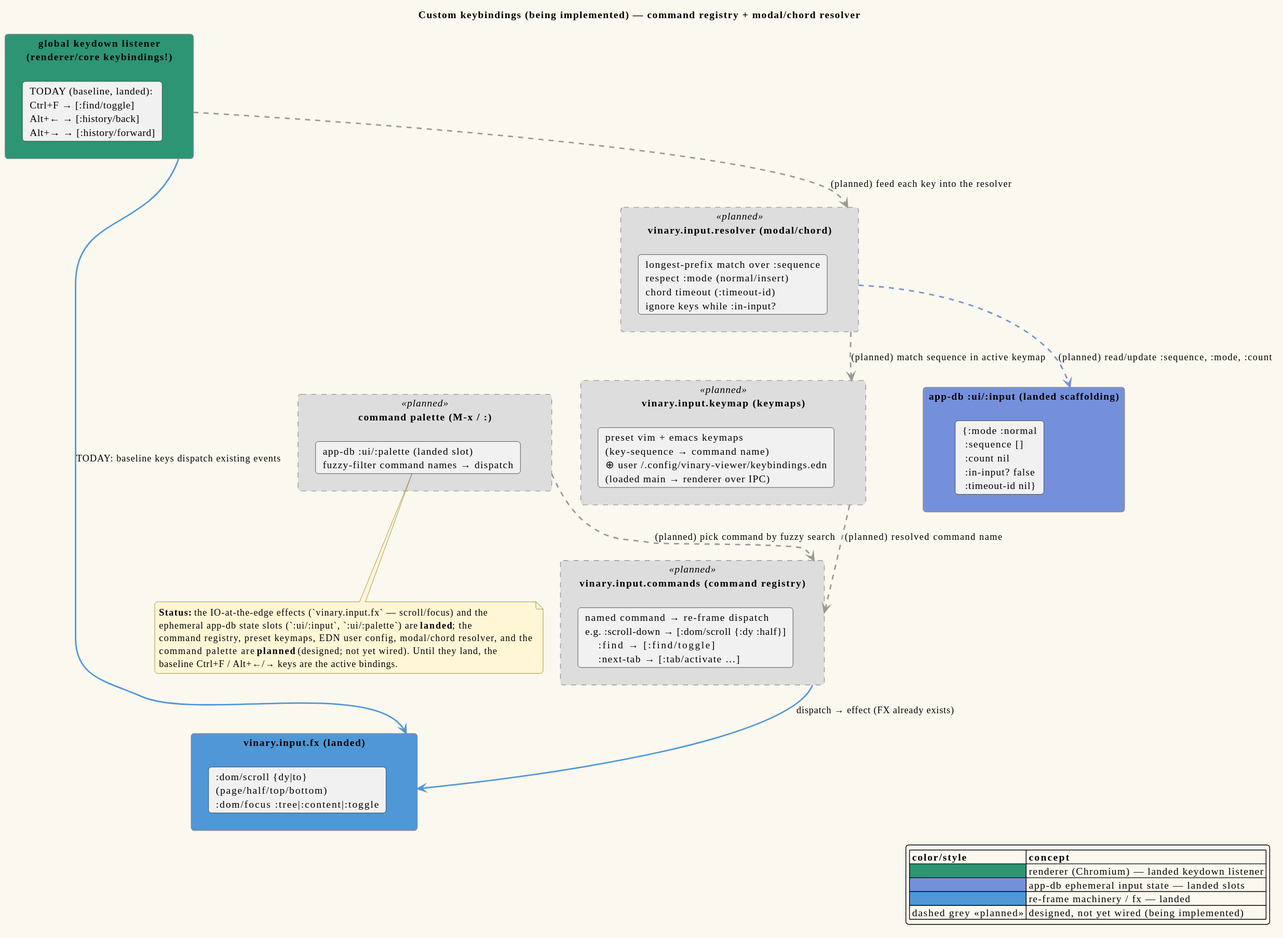
Before: docs/diagrams/component-keybindings-inprogress.svg, a diagram exported from PlantUML (vinary-tree/vinary-viewer). Its source is kept beside it as docs/diagrams/component-keybindings-inprogress.puml. Source of this version:
```plantuml
@startuml component-keybindings-inprogress
!include _vv-theme.iuml

title Custom keybindings (now available) — command registry + modal/chord resolver

rectangle "global keydown listener\n(renderer/core keybindings!)" as KD #2D9574 {
  card "TODAY (baseline, landed):\nCtrl+F → [:find/toggle]\nAlt+← → [:history/back]\nAlt+→ → [:history/forward]" as BASELINE
}

rectangle "app-db :ui/:input  (landed scaffolding)" as INPUT #7590DB {
  card "{:mode :normal\n :sequence []\n :count nil\n :in-input? false\n :timeout-id nil}" as INPUTSTATE
}

rectangle "vinary.input.fx  (landed)" as FX #4F97D7 {
  card ":dom/scroll {dy|to}\n(page/half/top/bottom)\n:dom/focus :tree|:content|:toggle" as FXBODY
}

rectangle "vinary.input.commands  (command registry)" as CMD <<planned>> {
  card "named command → re-frame dispatch\ne.g. :scroll-down → [:dom/scroll {:dy :half}]\n     :find        → [:find/toggle]\n     :next-tab    → [:tab/activate …]" as CMDBODY
}

rectangle "vinary.input.keymap  (keymaps)" as KM <<planned>> {
  card "preset vim + emacs keymaps\n(key-sequence → command name)\n⊕ user ~/.config/vinary-viewer/keybindings.edn\n(loaded main → renderer over IPC)" as KMBODY
}

rectangle "vinary.input.resolver  (modal/chord)" as RES <<planned>> {
  card "longest-prefix match over :sequence\nrespect :mode (normal/insert)\nchord timeout (:timeout-id)\nignore keys while :in-input?" as RESBODY
}

rectangle "command palette  (M-x / :)" as PAL <<planned>> {
  card "app-db :ui/:palette (landed slot)\nfuzzy-filter command names → dispatch" as PALBODY
}

KD  -[#999999,dashed,thickness=2]-> RES : (planned) feed each key into the resolver
RES -[#7590DB,dashed,thickness=2]-> INPUT : (planned) read/update :sequence, :mode, :count
RES -[#999999,dashed,thickness=2]-> KM  : (planned) match sequence in active keymap
KM  -[#999999,dashed,thickness=2]-> CMD : (planned) resolved command name
CMD -[#4F97D7,thickness=2]-> FX        : dispatch → effect (FX already exists)
PAL -[#999999,dashed,thickness=2]-> CMD : (planned) pick command by fuzzy search
KD  -[#4F97D7,thickness=2]-> FX         : TODAY: baseline keys dispatch existing events

note bottom
  **Status: Available now.** The full system is wired end-to-end: the IO-at-the-edge effects
  (`vinary.input.fx`), the ephemeral app-db state slots (`:ui/:input`, `:ui/:palette`), the command
  registry (`vinary.app.commands`), the preset keymaps (`resources/keymaps/*.edn` embedded at compile
  time), the EDN user config (`vinary.main.config` → `vv:keymap`), the modal/chord resolver
  (`vinary.input.resolver`), and the command palette (`vinary.ui.palette`). The `default` keymap keeps
  Ctrl+F / Alt+←/→ as the baseline; `:extends :vim`/`:emacs` swap in the modal/chord keymaps.
end note

legend right
  |= color/style |= concept |
  | <#2D9574> | renderer (Chromium) — keydown listener + palette |
  | <#7590DB> | app-db ephemeral input/palette state |
  | <#4F97D7> | re-frame machinery / fx |
  | <#A45BAD> | command registry + keymaps |
endlegend
@enduml
```
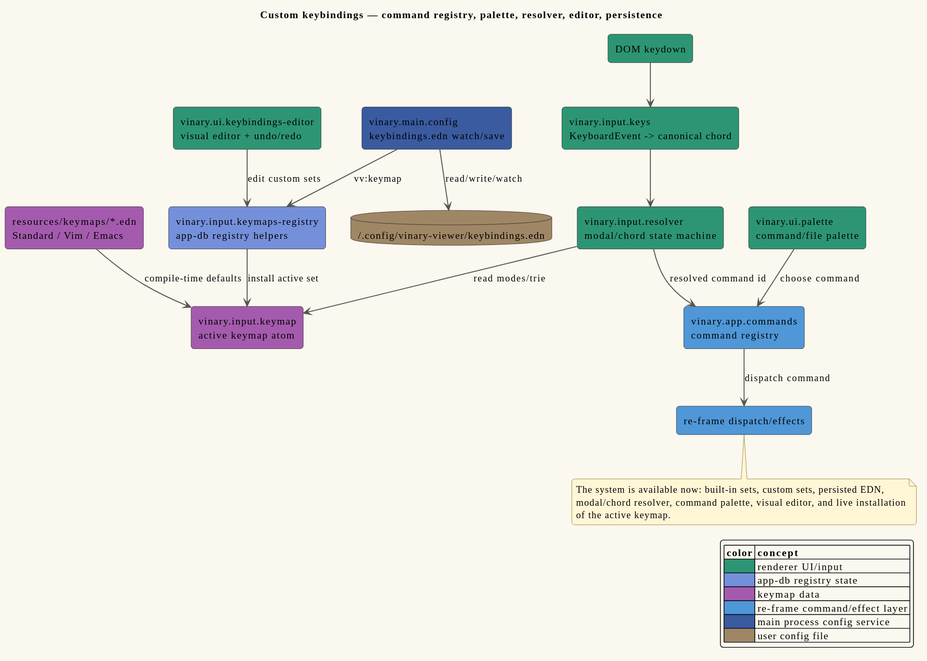
Above is the later version.

Change to the diagram source:
```diff
@@ -1,58 +1,46 @@
 @startuml component-keybindings-inprogress
 !include _vv-theme.iuml
 
-title Custom keybindings (now available) — command registry + modal/chord resolver
+title Custom keybindings — command registry, palette, resolver, editor, persistence
 
-rectangle "global keydown listener\n(renderer/core keybindings!)" as KD #2D9574 {
-  card "TODAY (baseline, landed):\nCtrl+F → [:find/toggle]\nAlt+← → [:history/back]\nAlt+→ → [:history/forward]" as BASELINE
-}
+rectangle "DOM keydown" as KD #2D9574
+rectangle "vinary.input.keys\nKeyboardEvent -> canonical chord" as KEYS #2D9574
+rectangle "vinary.input.resolver\nmodal/chord state machine" as RES #2D9574
+rectangle "vinary.input.keymap\nactive keymap atom" as KM #A45BAD
+rectangle "resources/keymaps/*.edn\nStandard / Vim / Emacs" as PRESETS #A45BAD
+rectangle "vinary.input.keymaps-registry\napp-db registry helpers" as REG #7590DB
+rectangle "vinary.app.commands\ncommand registry" as CMD #4F97D7
+rectangle "vinary.ui.palette\ncommand/file palette" as PAL #2D9574
+rectangle "vinary.ui.keybindings-editor\nvisual editor + undo/redo" as EDIT #2D9574
+rectangle "vinary.main.config\nkeybindings.edn watch/save" as CONFIG #3A5BA0
+database "~/.config/vinary-viewer/keybindings.edn" as EDN #9F8766
+rectangle "re-frame dispatch/effects" as RF #4F97D7
 
-rectangle "app-db :ui/:input  (landed scaffolding)" as INPUT #7590DB {
-  card "{:mode :normal\n :sequence []\n :count nil\n :in-input? false\n :timeout-id nil}" as INPUTSTATE
-}
-
-rectangle "vinary.input.fx  (landed)" as FX #4F97D7 {
-  card ":dom/scroll {dy|to}\n(page/half/top/bottom)\n:dom/focus :tree|:content|:toggle" as FXBODY
-}
-
-rectangle "vinary.input.commands  (command registry)" as CMD <<planned>> {
-  card "named command → re-frame dispatch\ne.g. :scroll-down → [:dom/scroll {:dy :half}]\n     :find        → [:find/toggle]\n     :next-tab    → [:tab/activate …]" as CMDBODY
-}
-
-rectangle "vinary.input.keymap  (keymaps)" as KM <<planned>> {
-  card "preset vim + emacs keymaps\n(key-sequence → command name)\n⊕ user ~/.config/vinary-viewer/keybindings.edn\n(loaded main → renderer over IPC)" as KMBODY
-}
-
-rectangle "vinary.input.resolver  (modal/chord)" as RES <<planned>> {
-  card "longest-prefix match over :sequence\nrespect :mode (normal/insert)\nchord timeout (:timeout-id)\nignore keys while :in-input?" as RESBODY
-}
-
-rectangle "command palette  (M-x / :)" as PAL <<planned>> {
-  card "app-db :ui/:palette (landed slot)\nfuzzy-filter command names → dispatch" as PALBODY
-}
-
-KD  -[#999999,dashed,thickness=2]-> RES : (planned) feed each key into the resolver
-RES -[#7590DB,dashed,thickness=2]-> INPUT : (planned) read/update :sequence, :mode, :count
-RES -[#999999,dashed,thickness=2]-> KM  : (planned) match sequence in active keymap
-KM  -[#999999,dashed,thickness=2]-> CMD : (planned) resolved command name
-CMD -[#4F97D7,thickness=2]-> FX        : dispatch → effect (FX already exists)
-PAL -[#999999,dashed,thickness=2]-> CMD : (planned) pick command by fuzzy search
-KD  -[#4F97D7,thickness=2]-> FX         : TODAY: baseline keys dispatch existing events
+PRESETS --> KM : compile-time defaults
+CONFIG --> EDN : read/write/watch
+CONFIG --> REG : vv:keymap
+EDIT --> REG : edit custom sets
+PAL --> CMD : choose command
+KD --> KEYS
+KEYS --> RES
+RES --> KM : read modes/trie
+RES --> CMD : resolved command id
+REG --> KM : install active set
+CMD --> RF : dispatch command
 
 note bottom
-  **Status: Available now.** The full system is wired end-to-end: the IO-at-the-edge effects
-  (`vinary.input.fx`), the ephemeral app-db state slots (`:ui/:input`, `:ui/:palette`), the command
-  registry (`vinary.app.commands`), the preset keymaps (`resources/keymaps/*.edn` embedded at compile
-  time), the EDN user config (`vinary.main.config` → `vv:keymap`), the modal/chord resolver
-  (`vinary.input.resolver`), and the command palette (`vinary.ui.palette`). The `default` keymap keeps
-  Ctrl+F / Alt+←/→ as the baseline; `:extends :vim`/`:emacs` swap in the modal/chord keymaps.
+  The system is available now: built-in sets, custom sets, persisted EDN,
+  modal/chord resolver, command palette, visual editor, and live installation
+  of the active keymap.
 end note
 
 legend right
-  |= color/style |= concept |
-  | <#2D9574> | renderer (Chromium) — keydown listener + palette |
-  | <#7590DB> | app-db ephemeral input/palette state |
-  | <#4F97D7> | re-frame machinery / fx |
-  | <#A45BAD> | command registry + keymaps |
+  |= color |= concept |
+  | <#2D9574> | renderer UI/input |
+  | <#7590DB> | app-db registry state |
+  | <#A45BAD> | keymap data |
+  | <#4F97D7> | re-frame command/effect layer |
+  | <#3A5BA0> | main process config service |
+  | <#9F8766> | user config file |
 endlegend
 @enduml
```
